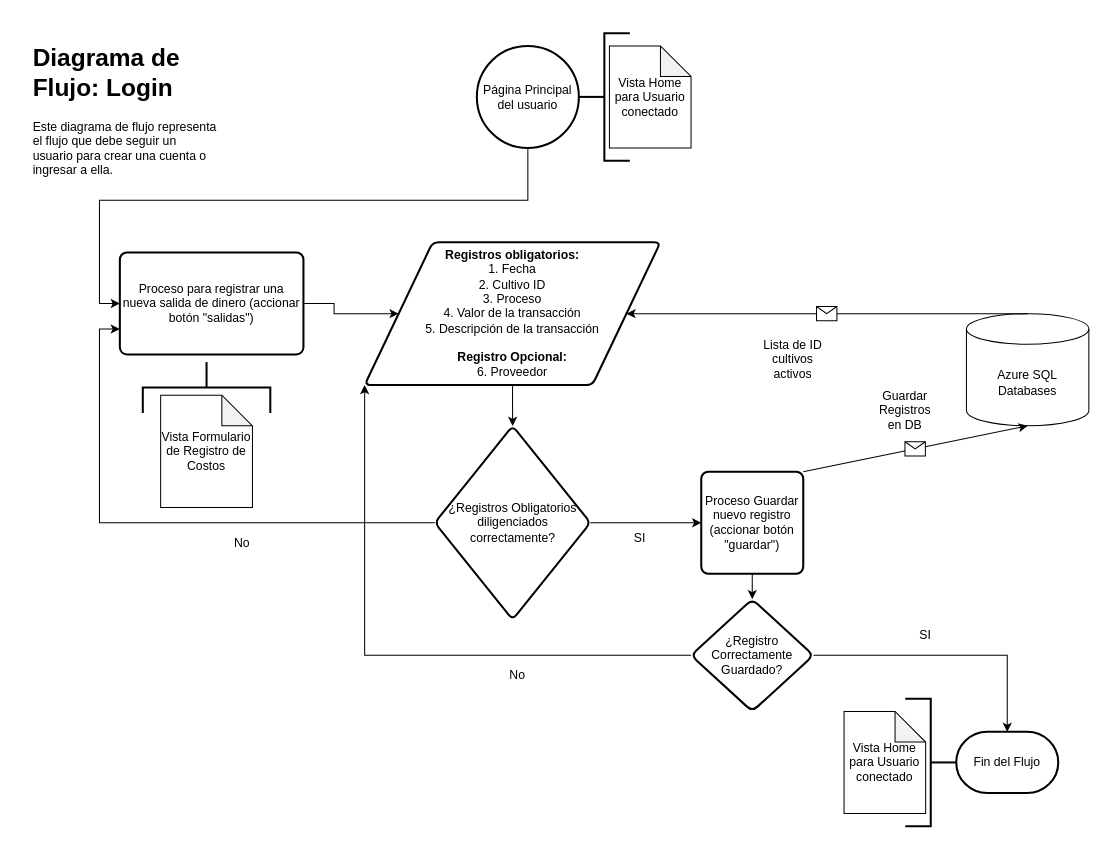
Above: page "Cost Records" (2 of 2) of flowchart.drawio in Waldemar77/PapAppCost_FlowChart (draw.io), before the change. Source tidied: cells renumbered, new cells numbered last; positions are measured from the earlier drawing's top-left corner, leaving out a move shared by most shapes. Both pictures are drawn from the tidied source at 102%, with x=0, y=0 at pixel (28, 33).
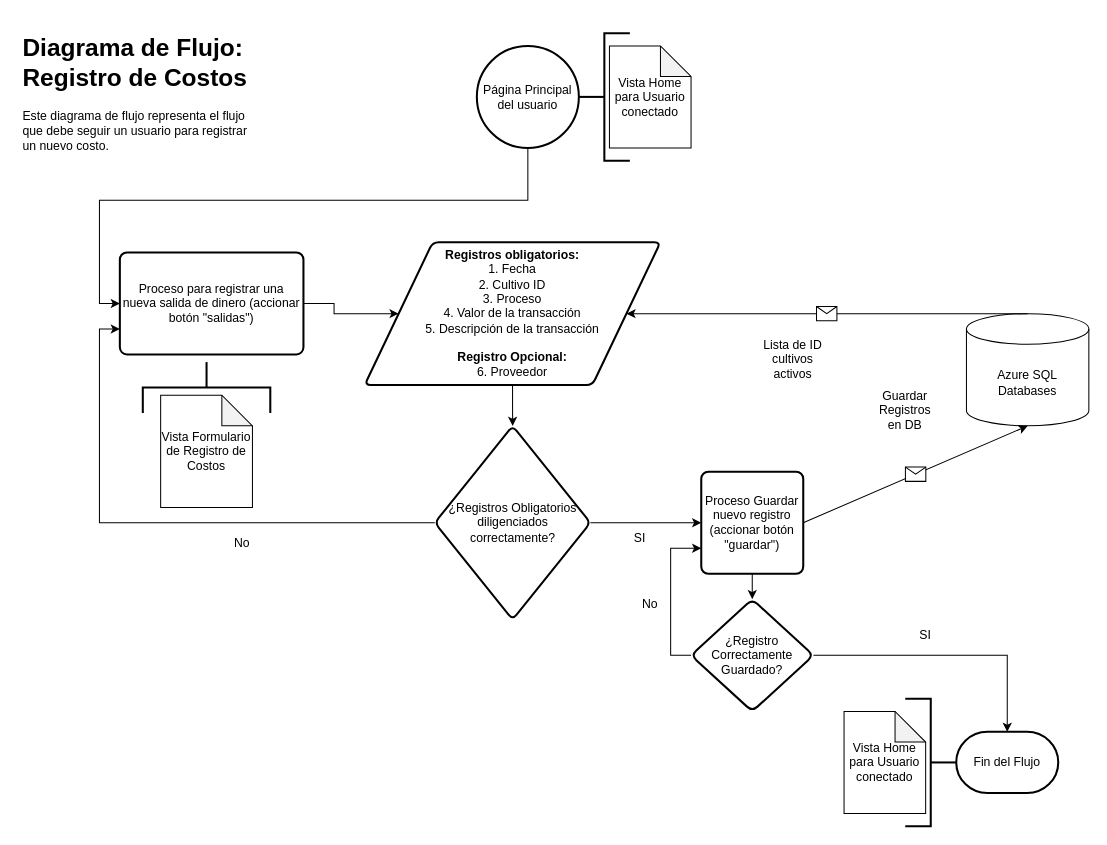
The same diagram, later.

Commit message:
Updating cost records flowchart

Unchanged cells that the change refers to:
```xml
<mxCell id="12" value="&lt;b&gt;Registros obligatorios:&lt;/b&gt;&lt;br&gt;1. Fecha&lt;br&gt;2. Cultivo ID&lt;br&gt;3. Proceso&lt;br&gt;4. Valor de la transacción&lt;br&gt;5. Descripción de la transacción&lt;br&gt;&lt;br&gt;&lt;b&gt;Registro Opcional:&lt;/b&gt;&lt;br&gt;6. Proveedor" style="shape=parallelogram;html=1;strokeWidth=2;perimeter=parallelogramPerimeter;whiteSpace=wrap;rounded=1;arcSize=12;size=0.23;" parent="1" vertex="1">
  <mxGeometry x="330" y="205" width="290" height="140" as="geometry" />
</mxCell>
<mxCell id="18" value="Azure SQL Databases" style="shape=cylinder3;whiteSpace=wrap;html=1;boundedLbl=1;backgroundOutline=1;size=15;" parent="1" vertex="1">
  <mxGeometry x="920" y="275" width="120" height="110" as="geometry" />
</mxCell>
<mxCell id="24" value="Proceso Guardar nuevo registro (accionar botón &quot;guardar&quot;)" style="rounded=1;whiteSpace=wrap;html=1;absoluteArcSize=1;arcSize=14;strokeWidth=2;" parent="1" vertex="1">
  <mxGeometry x="660" y="430" width="100" height="100" as="geometry" />
</mxCell>
<mxCell id="27" value="¿Registro Correctamente Guardado?" style="rhombus;whiteSpace=wrap;html=1;rounded=1;arcSize=14;strokeWidth=2;" parent="1" vertex="1">
  <mxGeometry x="650" y="555" width="120" height="110" as="geometry" />
</mxCell>
```

What changed in the source:
```diff
@@
-    <mxCell id="6" value="&lt;h1&gt;Diagrama de Flujo: Login&lt;/h1&gt;&lt;p&gt;Este diagrama de flujo representa el flujo que debe seguir un usuario para crear una cuenta o ingresar a ella.&lt;/p&gt;" style="text;html=1;strokeColor=none;fillColor=none;spacing=5;spacingTop=-20;whiteSpace=wrap;overflow=hidden;rounded=0;" parent="1" vertex="1">
-      <mxGeometry y="5" width="190" height="150" as="geometry" />
+    <mxCell id="6" value="&lt;h1&gt;Diagrama de Flujo: Registro de Costos&lt;/h1&gt;&lt;p&gt;Este diagrama de flujo representa el flujo que debe seguir un usuario para registrar un nuevo costo.&lt;/p&gt;" style="text;html=1;strokeColor=none;fillColor=none;spacing=5;spacingTop=-20;whiteSpace=wrap;overflow=hidden;rounded=0;" parent="1" vertex="1">
+      <mxGeometry x="-10" y="-5" width="230" height="130" as="geometry" />
     </mxCell>
@@
-    <mxCell id="25" style="edgeStyle=orthogonalEdgeStyle;rounded=0;jettySize=auto;html=1;exitX=0;exitY=0.5;exitDx=0;exitDy=0;entryX=0;entryY=1;entryDx=0;entryDy=0;" parent="1" edge="1" source="27" target="12">
+    <mxCell id="25" style="edgeStyle=orthogonalEdgeStyle;rounded=0;jettySize=auto;html=1;exitX=0;exitY=0.5;exitDx=0;exitDy=0;entryX=0;entryY=0.75;entryDx=0;entryDy=0;" parent="1" edge="1" source="27" target="24">
       <mxGeometry relative="1" as="geometry" />
     </mxCell>
@@
-    <mxCell id="28" style="endArrow=classic;html=1;rounded=0;exitX=1;exitY=0;exitDx=0;exitDy=0;entryX=0.5;entryY=1;entryDx=0;entryDy=0;entryPerimeter=0;" parent="1" edge="1" source="24" target="18">
+    <mxCell id="28" style="endArrow=classic;html=1;rounded=0;exitX=1;exitY=0.5;exitDx=0;exitDy=0;entryX=0.5;entryY=1;entryDx=0;entryDy=0;entryPerimeter=0;" parent="1" edge="1" source="24" target="18">
       <mxGeometry relative="1" as="geometry" />
     </mxCell>
@@
     <mxCell id="34" value="No" style="text;html=1;strokeColor=none;fillColor=none;align=center;verticalAlign=middle;whiteSpace=wrap;rounded=0;" parent="1" vertex="1">
-      <mxGeometry x="450" y="615" width="60" height="30" as="geometry" />
+      <mxGeometry x="580" y="545" width="60" height="30" as="geometry" />
     </mxCell>
```
